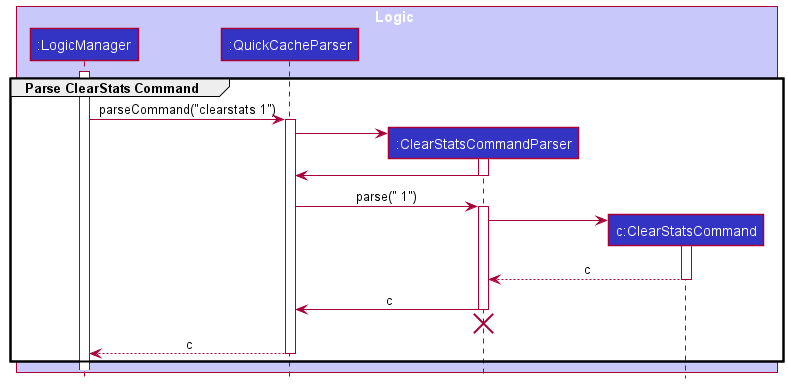
Before: docs/images/ClearStatsParserSequenceDiagram.png, a diagram exported from PlantUML (nus-cs2103-AY2021S1/tp). The source it was exported from:
```plantuml
@startuml
!include style.puml

group Parse ClearStats Command
box Logic LOGIC_COLOR_T1
participant ":LogicManager" as LogicManager LOGIC_COLOR
participant ":QuickCacheParser" as QuickCacheParser LOGIC_COLOR
participant ":ClearStatsCommandParser" as ClearStatsCommandParser LOGIC_COLOR
participant "c:ClearStatsCommand" as ClearStatsCommand LOGIC_COLOR
end box

activate LogicManager

LogicManager -> QuickCacheParser : parseCommand("clearstats 1")
activate QuickCacheParser

create ClearStatsCommandParser
QuickCacheParser -> ClearStatsCommandParser
activate ClearStatsCommandParser

ClearStatsCommandParser -> QuickCacheParser
deactivate ClearStatsCommandParser

QuickCacheParser -> ClearStatsCommandParser : parse(" 1")
activate ClearStatsCommandParser

create ClearStatsCommand
ClearStatsCommandParser -> ClearStatsCommand
activate ClearStatsCommand

ClearStatsCommand --> ClearStatsCommandParser : c
deactivate ClearStatsCommand

ClearStatsCommandParser -> QuickCacheParser : c
deactivate ClearStatsCommandParser

ClearStatsCommandParser -[hidden]-> QuickCacheParser
destroy ClearStatsCommandParser

QuickCacheParser --> LogicManager : c
deactivate QuickCacheParser
end
@enduml
```
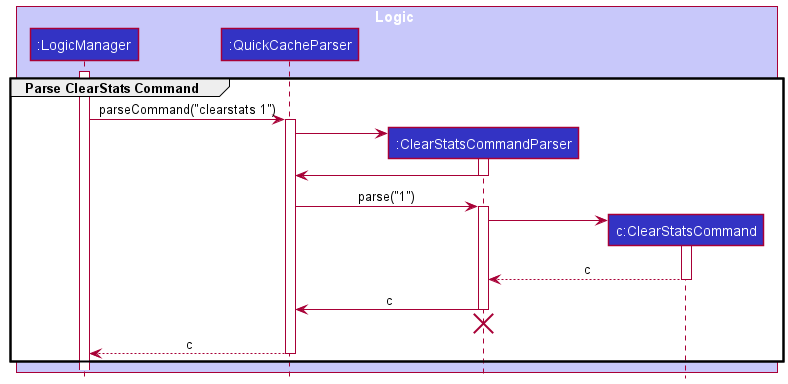
The same file after the commit.

Commit message:
Fixed extra space in Parser

The edit, as a diff of the source:
```diff
@@ -21,7 +21,7 @@
 ClearStatsCommandParser -> QuickCacheParser
 deactivate ClearStatsCommandParser
 
-QuickCacheParser -> ClearStatsCommandParser : parse(" 1")
+QuickCacheParser -> ClearStatsCommandParser : parse("1")
 activate ClearStatsCommandParser
 
 create ClearStatsCommand
```
